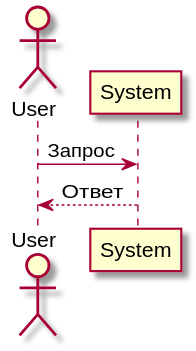
The PlantUML diagram docs/diagrams/diagram_2.svg in shutova-olga/saba-0625, before a commit. The source it was exported from:
```plantuml
@startuml
actor User
User -> System: Запрос
System --> User: Ответ
@enduml
```
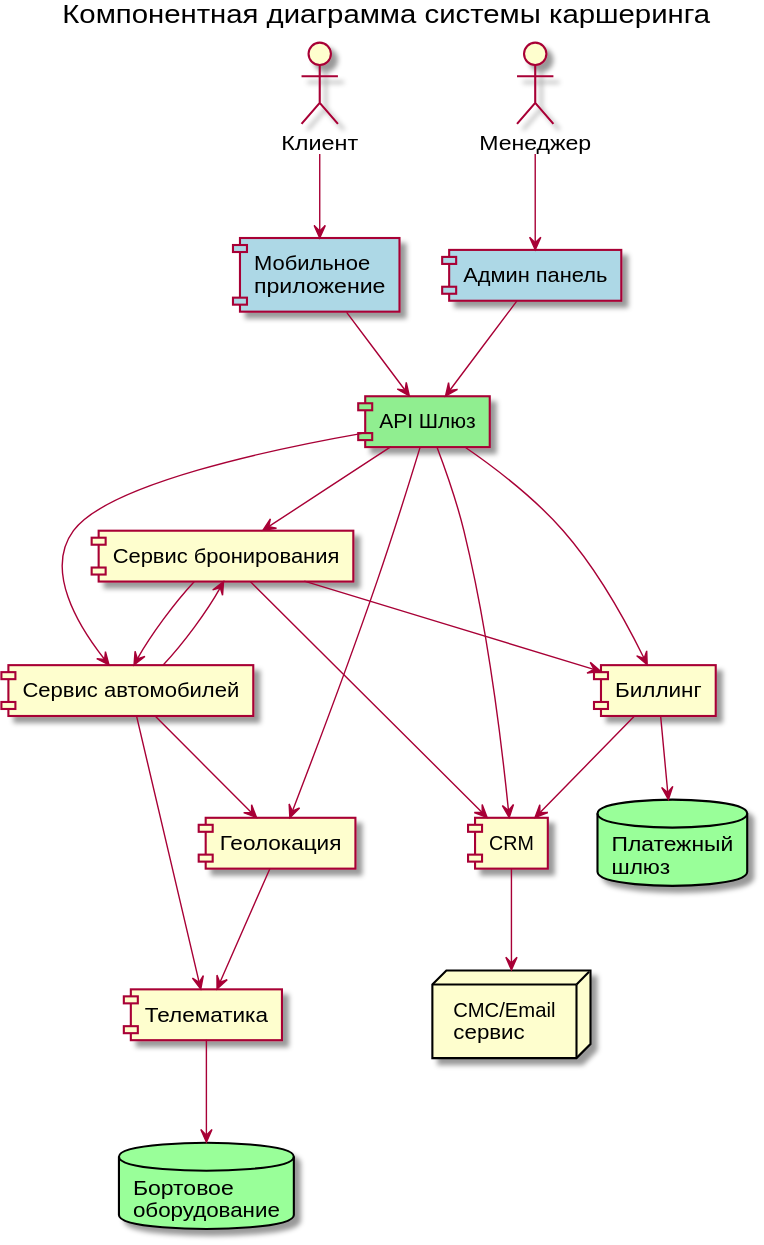
Above is the later version.

Change to the diagram source:
```diff
@@ -1,5 +1,50 @@
 @startuml
-actor User
-User -> System: Запрос
-System --> User: Ответ
+title  Компонентная диаграмма системы каршеринга
+
+actor "Клиент" as Client
+actor "Менеджер" as Manager
+database "Платежный\nшлюз" as Payment #99FF99
+database "Бортовое\nоборудование" as Car #99FF99
+node "СМС/Email\nсервис" as Notifications
+
+component "Мобильное\nприложение" as App #lightblue
+component "Админ панель" as Admin #lightblue
+component "API Шлюз" as Gateway #lightgreen
+
+component "Сервис бронирования" as Booking
+component "Сервис автомобилей" as Vehicles
+component "Биллинг" as Billing
+component "CRM" as CRM
+
+component "Геолокация" as Geo
+component "Телематика" as Telematics
+
+Client --> App
+Manager --> Admin
+
+App --> Gateway
+Admin --> Gateway
+
+Gateway --> Booking
+Gateway --> Vehicles
+Gateway --> Billing
+Gateway --> CRM
+Gateway --> Geo
+
+Booking --> Vehicles
+Booking --> Billing
+Booking --> CRM
+
+Vehicles --> Telematics
+Vehicles --> Geo
+
+Telematics --> Car
+Billing --> Payment
+CRM --> Notifications
+
+Geo --> Telematics
+
+Billing --> CRM
+Vehicles --> Booking
+
 @enduml
```
